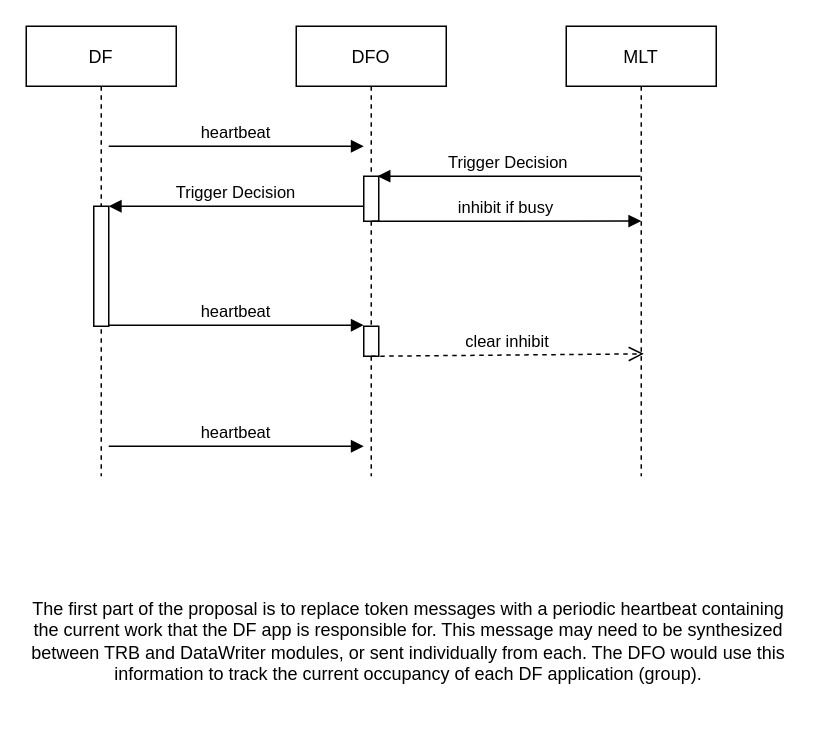
The draw.io diagram page "Page-2" (2 of 3) of docs/DFO_Protocol.drawio in DUNE-DAQ/dfmodules, before the edit. Source tidied: cells renumbered, new cells numbered last; positions are measured from the earlier drawing's top-left corner, leaving out a move shared by most shapes. Both pictures are drawn from the tidied source at 150%, with x=0, y=0 at pixel (26, 26).
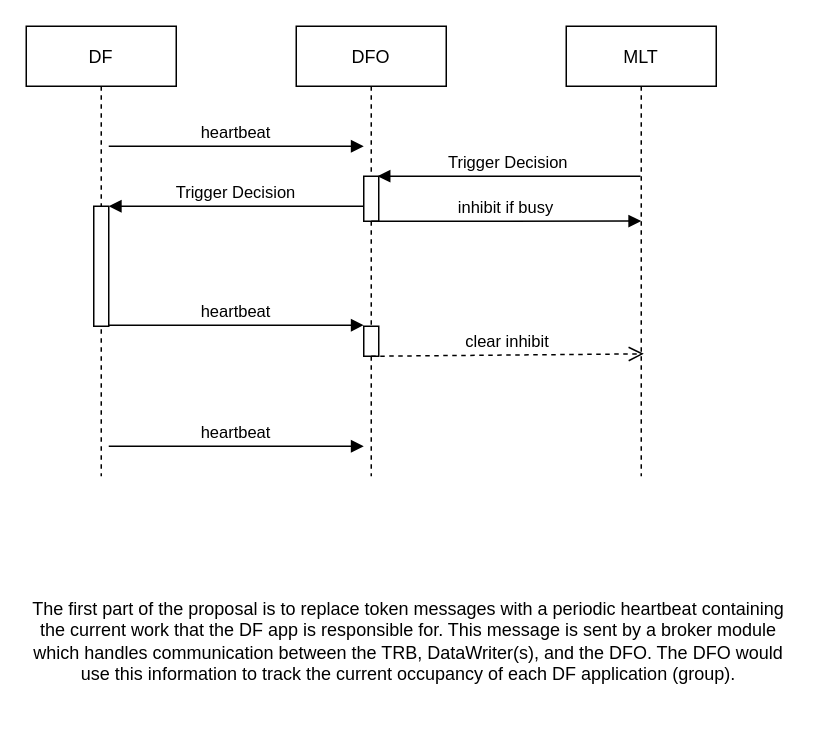
After the change.

Commit message (it also covers changes not shown here):
Update caption in first "New DFO Protocol" image to reference broker module handling messaging between TRB, DW, and DFO.

Change to the diagram source:
```diff
@@
-    <mxCell id="15" value="The first part of the proposal is to replace token messages with a periodic heartbeat containing the current work that the DF app is responsible for. This message may need to be synthesized between TRB and DataWriter modules, or sent individually from each. The DFO would use this information to track the current occupancy of each DF application (group)." style="text;html=1;strokeColor=none;fillColor=none;align=center;verticalAlign=middle;whiteSpace=wrap;rounded=0;" parent="1" vertex="1">
+    <mxCell id="15" value="The first part of the proposal is to replace token messages with a periodic heartbeat containing the current work that the DF app is responsible for. This message is sent by a broker module which handles communication between the TRB, DataWriter(s), and the DFO. The DFO would use this information to track the current occupancy of each DF application (group)." style="text;html=1;strokeColor=none;fillColor=none;align=center;verticalAlign=middle;whiteSpace=wrap;rounded=0;" parent="1" vertex="1">
       <mxGeometry y="360" width="510" height="100" as="geometry" />
     </mxCell>
```
